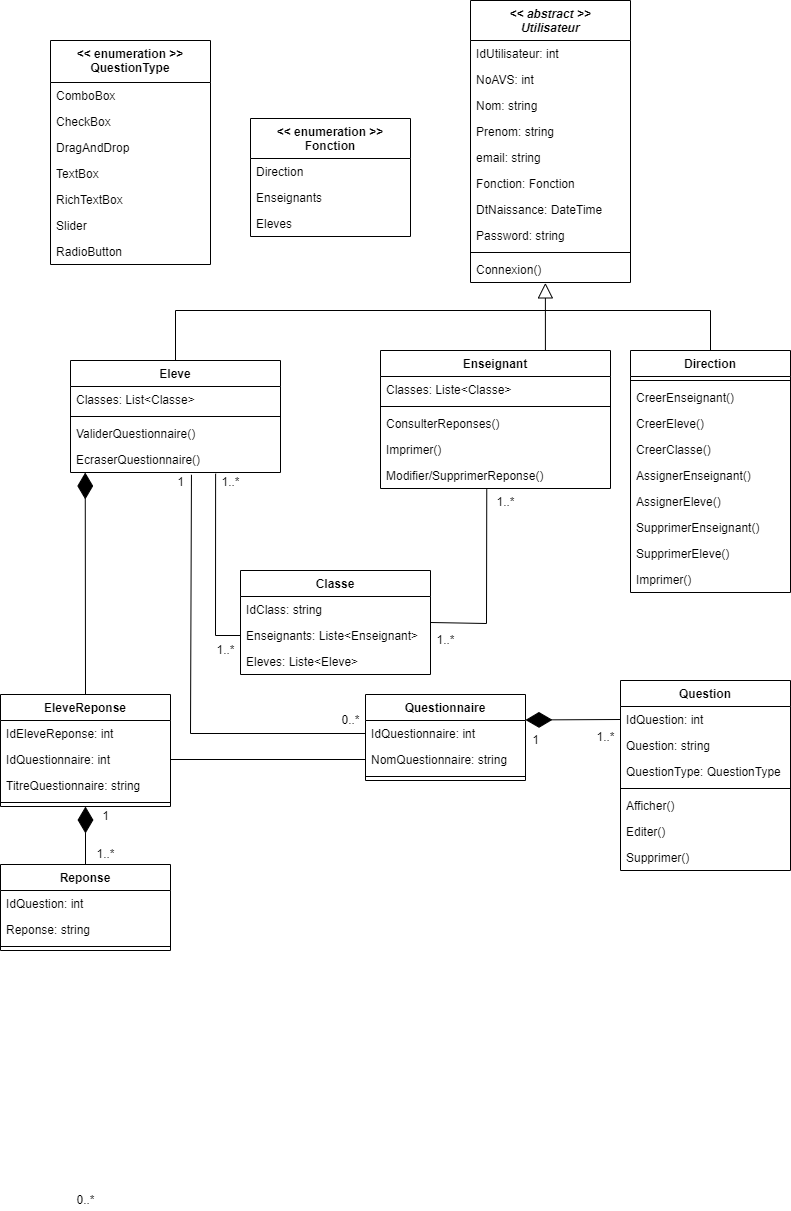
Above: Diagrammes/ClassDiagramV2.drawio.png in Devetik/Diagrammes (draw.io), before the change. Source tidied: cells renumbered, new cells last; positions are measured from the earlier drawing's top-left corner, leaving out a move shared by most shapes.
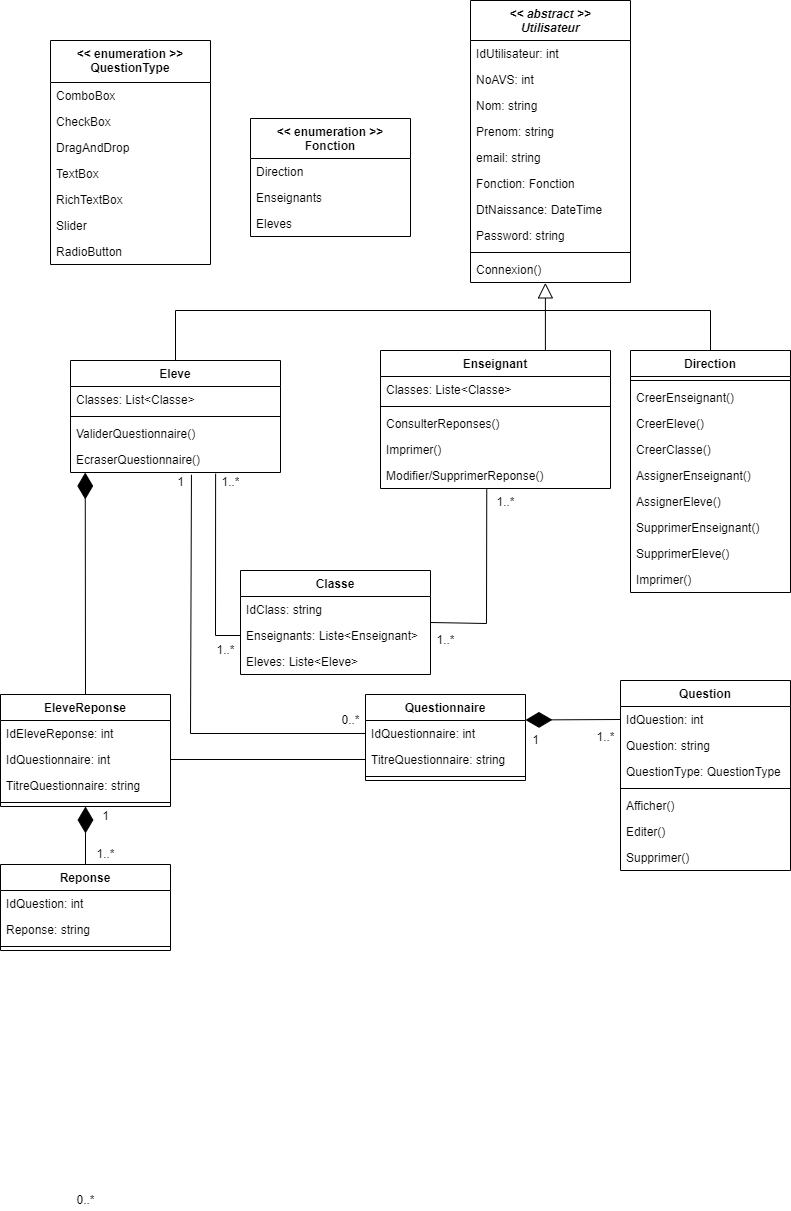
After the change.

The edit, as a diff of the source:
```diff
@@ -148,7 +148,7 @@
     <mxCell id="45" value="IdQuestionnaire: int" style="text;strokeColor=none;fillColor=none;align=left;verticalAlign=top;spacingLeft=4;spacingRight=4;overflow=hidden;points=[[0,0.5],[1,0.5]];portConstraint=eastwest;" parent="44" vertex="1">
       <mxGeometry y="26" width="160" height="26" as="geometry" />
     </mxCell>
-    <mxCell id="46" value="NomQuestionnaire: string" style="text;strokeColor=none;fillColor=none;align=left;verticalAlign=top;spacingLeft=4;spacingRight=4;overflow=hidden;points=[[0,0.5],[1,0.5]];portConstraint=eastwest;" parent="44" vertex="1">
+    <mxCell id="46" value="TitreQuestionnaire: string" style="text;strokeColor=none;fillColor=none;align=left;verticalAlign=top;spacingLeft=4;spacingRight=4;overflow=hidden;points=[[0,0.5],[1,0.5]];portConstraint=eastwest;" parent="44" vertex="1">
       <mxGeometry y="52" width="160" height="26" as="geometry" />
     </mxCell>
     <mxCell id="47" style="line;strokeWidth=1;fillColor=none;align=left;verticalAlign=middle;spacingTop=-1;spacingLeft=3;spacingRight=3;labelPosition=right;" parent="44" vertex="1">
```
